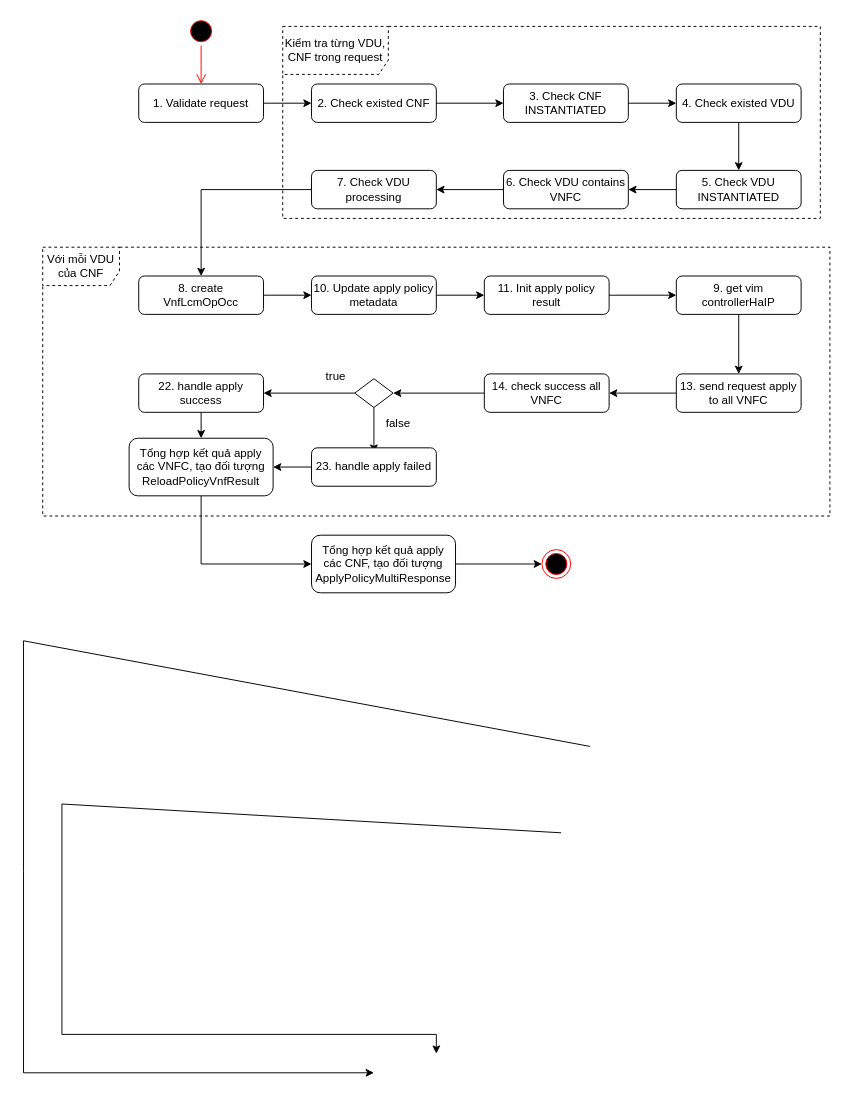
Before: page "apply multi vdu" (4 of 4) of apply policy.drawio in hiep1097/drawio, a draw.io diagram. Source tidied: cells renumbered, new cells numbered last; positions are measured from the earlier drawing's top-left corner, leaving out a move shared by most shapes. Both pictures are drawn from the tidied source at 96%, with x=0, y=0 at pixel (23, 16).
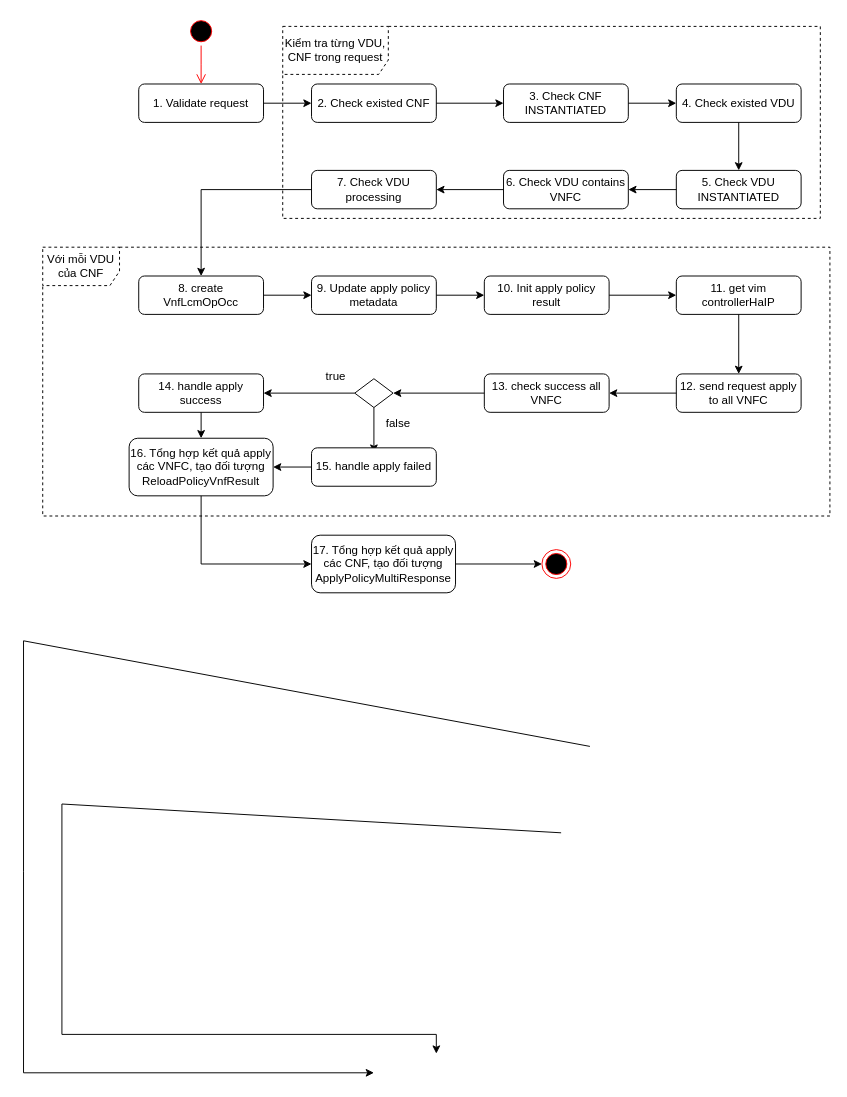
Above is the later version.

Commit message (it also covers changes not shown here):
Cập nhật apply policy.drawio

Change to the diagram source:
```diff
@@
-    <mxCell id="21" value="11. Init apply policy result" style="rounded=1;whiteSpace=wrap;html=1;" parent="1" vertex="1">
+    <mxCell id="21" value="10. Init apply policy result" style="rounded=1;whiteSpace=wrap;html=1;" parent="1" vertex="1">
       <mxGeometry x="480" y="270" width="130" height="40" as="geometry" />
     </mxCell>
-    <mxCell id="22" value="10. Update apply policy metadata" style="rounded=1;whiteSpace=wrap;html=1;" parent="1" vertex="1">
+    <mxCell id="22" value="9. Update apply policy metadata" style="rounded=1;whiteSpace=wrap;html=1;" parent="1" vertex="1">
       <mxGeometry x="300" y="270" width="130" height="40" as="geometry" />
     </mxCell>
@@
-    <mxCell id="25" value="9. get vim controllerHaIP" style="rounded=1;whiteSpace=wrap;html=1;" parent="1" vertex="1">
+    <mxCell id="25" value="11. get vim controllerHaIP" style="rounded=1;whiteSpace=wrap;html=1;" parent="1" vertex="1">
       <mxGeometry x="680" y="270" width="130" height="40" as="geometry" />
     </mxCell>
-    <mxCell id="26" value="13. send request apply to all VNFC" style="rounded=1;whiteSpace=wrap;html=1;" parent="1" vertex="1">
+    <mxCell id="26" value="12. send request apply to all VNFC" style="rounded=1;whiteSpace=wrap;html=1;" parent="1" vertex="1">
       <mxGeometry x="680" y="372" width="130" height="40" as="geometry" />
     </mxCell>
@@
-    <mxCell id="28" value="14. check success all VNFC" style="rounded=1;whiteSpace=wrap;html=1;" parent="1" vertex="1">
+    <mxCell id="28" value="13. check success all VNFC" style="rounded=1;whiteSpace=wrap;html=1;" parent="1" vertex="1">
       <mxGeometry x="480" y="372" width="130" height="40" as="geometry" />
     </mxCell>
@@
-    <mxCell id="34" value="22. handle apply success" style="rounded=1;whiteSpace=wrap;html=1;" parent="1" vertex="1">
+    <mxCell id="34" value="14. handle apply success" style="rounded=1;whiteSpace=wrap;html=1;" parent="1" vertex="1">
       <mxGeometry x="120" y="372" width="130" height="40" as="geometry" />
     </mxCell>
@@
-    <mxCell id="36" value="23. handle apply failed" style="rounded=1;whiteSpace=wrap;html=1;" parent="1" vertex="1">
+    <mxCell id="36" value="15. handle apply failed" style="rounded=1;whiteSpace=wrap;html=1;" parent="1" vertex="1">
       <mxGeometry x="300" y="449" width="130" height="40" as="geometry" />
     </mxCell>
@@
-    <mxCell id="40" value="Tổng hợp kết quả apply các VNFC, tạo đối tượng ReloadPolicyVnfResult" style="rounded=1;whiteSpace=wrap;html=1;align=center;" parent="1" vertex="1">
+    <mxCell id="40" value="16. Tổng hợp kết quả apply các VNFC, tạo đối tượng ReloadPolicyVnfResult" style="rounded=1;whiteSpace=wrap;html=1;align=center;" parent="1" vertex="1">
       <mxGeometry x="110" y="439" width="150" height="60" as="geometry" />
     </mxCell>
@@
-    <mxCell id="43" value="Tổng hợp kết quả apply các CNF, tạo đối tượng ApplyPolicyMultiResponse" style="rounded=1;whiteSpace=wrap;html=1;align=center;" parent="1" vertex="1">
+    <mxCell id="43" value="17. Tổng hợp kết quả apply các CNF, tạo đối tượng ApplyPolicyMultiResponse" style="rounded=1;whiteSpace=wrap;html=1;align=center;" parent="1" vertex="1">
       <mxGeometry x="300" y="540" width="150" height="60" as="geometry" />
     </mxCell>
```
